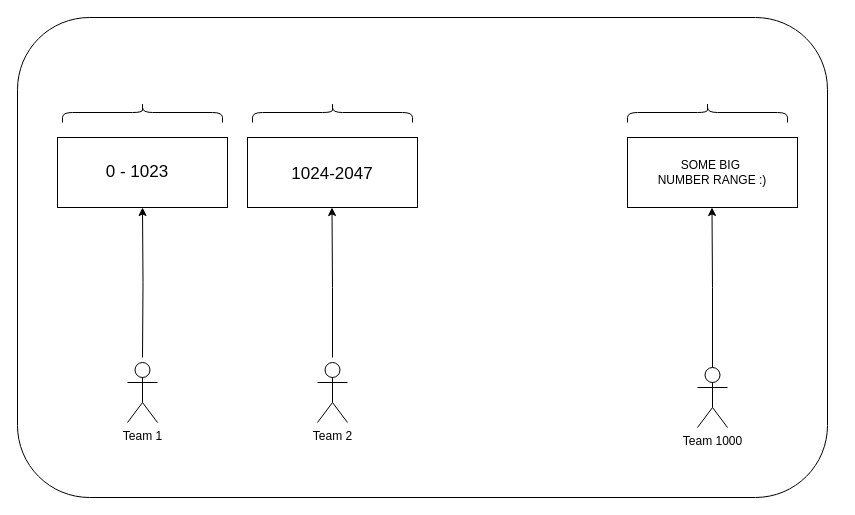
Earlier version of the draw.io diagram assets/blog-1-Triton/team-diag1.drawio (sahibpreetsingh12/sahibpreetsingh12.github.io). Source tidied: cells renumbered, new cells numbered last; positions are measured from the earlier drawing's top-left corner, leaving out a move shared by most shapes. Both pictures are drawn from the tidied source at 100%, with x=0, y=0 at pixel (17, 17).
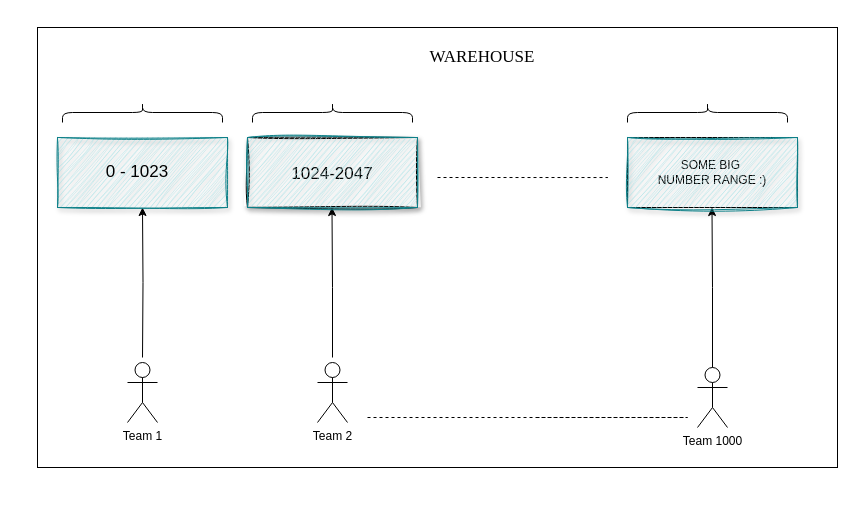
The same page after the edit.

Unchanged cells that the change refers to:
```xml
<mxCell id="3" style="group;" parent="1" vertex="1">
  <mxGeometry x="40" y="85" width="740" height="325" as="geometry" />
</mxCell>
```

Change to the diagram source:
```diff
@@
-    <mxCell id="2" style="rounded=1;whiteSpace=wrap;html=1;" parent="1" vertex="1">
-      <mxGeometry width="810" height="480" as="geometry" />
-    </mxCell>
+    <mxCell id="17" style="rounded=0;whiteSpace=wrap;html=1;" parent="1" vertex="1">
+      <mxGeometry x="20" y="10" width="800" height="440" as="geometry" />
+    </mxCell>
@@
-    <mxCell id="8" style="whiteSpace=wrap;html=1;verticalAlign=top;" parent="3" vertex="1">
+    <mxCell id="8" style="whiteSpace=wrap;html=1;verticalAlign=top;labelBackgroundColor=default;sketch=1;curveFitting=1;jiggle=2;shadow=1;fillColor=#b0e3e6;strokeColor=#0e8088;" parent="3" vertex="1">
       <mxGeometry y="35" width="170" height="70" as="geometry" />
     </mxCell>
@@
-    <mxCell id="10" value="&lt;div&gt;&lt;span style=&quot;font-size: 17px;&quot;&gt;&lt;br&gt;&lt;/span&gt;&lt;/div&gt;&lt;span style=&quot;font-size: 17px;&quot;&gt;1024-2047&lt;/span&gt;" style="whiteSpace=wrap;html=1;verticalAlign=top;" parent="3" vertex="1">
+    <mxCell id="10" value="&lt;div&gt;&lt;span style=&quot;font-size: 17px;&quot;&gt;&lt;br&gt;&lt;/span&gt;&lt;/div&gt;&lt;span style=&quot;font-size: 17px;&quot;&gt;1024-2047&lt;/span&gt;" style="whiteSpace=wrap;html=1;verticalAlign=top;sketch=1;curveFitting=1;jiggle=2;shadow=1;" parent="3" vertex="1">
       <mxGeometry x="190" y="35" width="170" height="70" as="geometry" />
     </mxCell>
@@
+    <mxCell id="18" style="endArrow=none;dashed=1;html=1;rounded=0;entryX=0.713;entryY=0.341;entryDx=0;entryDy=0;entryPerimeter=0;" parent="3" edge="1" target="17">
+      <mxGeometry relative="1" as="geometry">
+        <mxPoint x="380" y="75" as="sourcePoint" />
+      </mxGeometry>
+    </mxCell>
+    <mxCell id="19" style="endArrow=none;dashed=1;html=1;rounded=0;" parent="3" edge="1">
+      <mxGeometry relative="1" as="geometry">
+        <mxPoint x="310" y="315" as="sourcePoint" />
+        <mxPoint x="480" y="315" as="targetPoint" />
+        <Array as="points">
+          <mxPoint x="630" y="315" />
+        </Array>
+      </mxGeometry>
+    </mxCell>
+    <mxCell id="20" style="whiteSpace=wrap;html=1;verticalAlign=top;labelBackgroundColor=default;sketch=1;curveFitting=1;jiggle=2;shadow=1;fillColor=#b0e3e6;strokeColor=#0e8088;" parent="3" vertex="1">
+      <mxGeometry x="190" y="35" width="170" height="70" as="geometry" />
+    </mxCell>
+    <mxCell id="21" style="whiteSpace=wrap;html=1;verticalAlign=top;labelBackgroundColor=default;sketch=1;curveFitting=1;jiggle=2;shadow=1;fillColor=#b0e3e6;strokeColor=#0e8088;" parent="3" vertex="1">
+      <mxGeometry x="570" y="35" width="170" height="70" as="geometry" />
+    </mxCell>
+    <mxCell id="22" value="&lt;font face=&quot;Times New Roman&quot; style=&quot;font-size: 17px;&quot;&gt;WAREHOUSE&lt;/font&gt;" style="text;html=1;align=center;verticalAlign=middle;whiteSpace=wrap;rounded=0;" parent="1" vertex="1">
+      <mxGeometry x="330" y="20" width="270" height="40" as="geometry" />
+    </mxCell>
```
